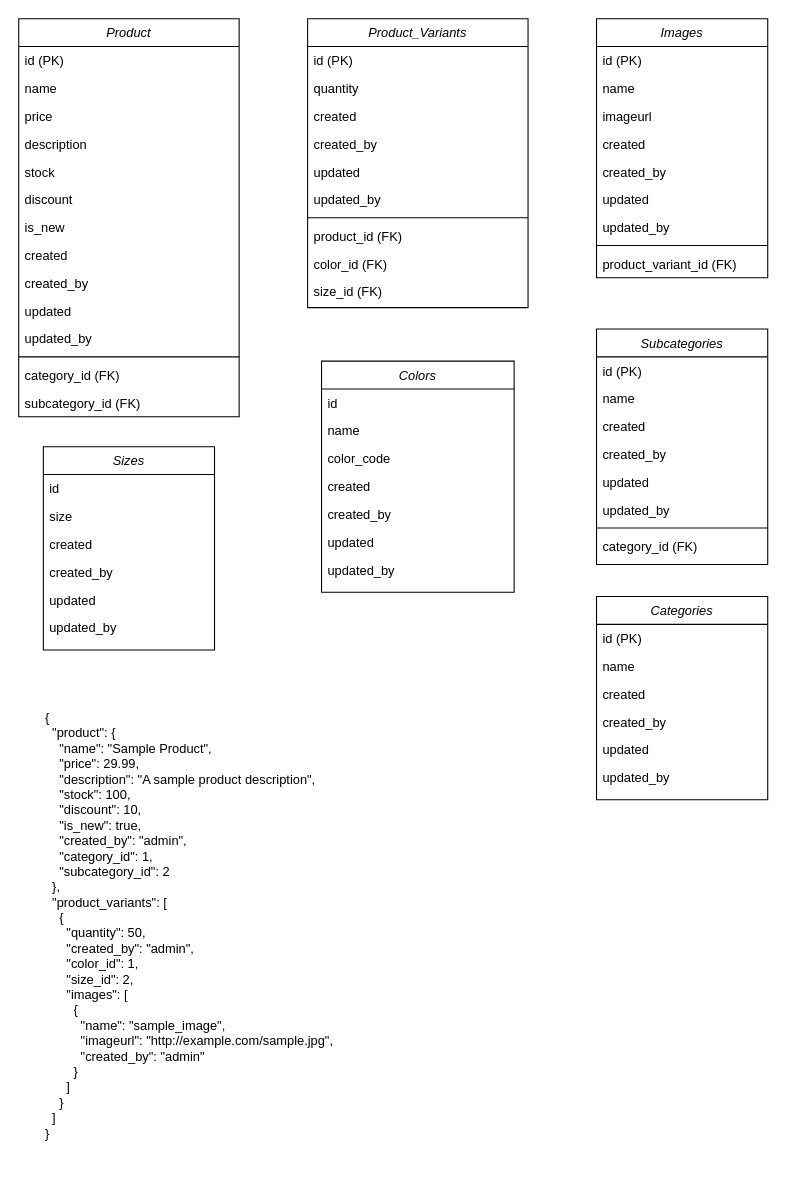
The draw.io diagram page "Product Entity Diagram" (1 of 3) of winniesDB-entitydia.drawio in Aung200/winniesgbF, before the edit. Source tidied: cells renumbered, new cells numbered last; positions are measured from the earlier drawing's top-left corner, leaving out a move shared by most shapes. Both pictures are drawn from the tidied source at 107%, with x=0, y=0 at pixel (18, 18).
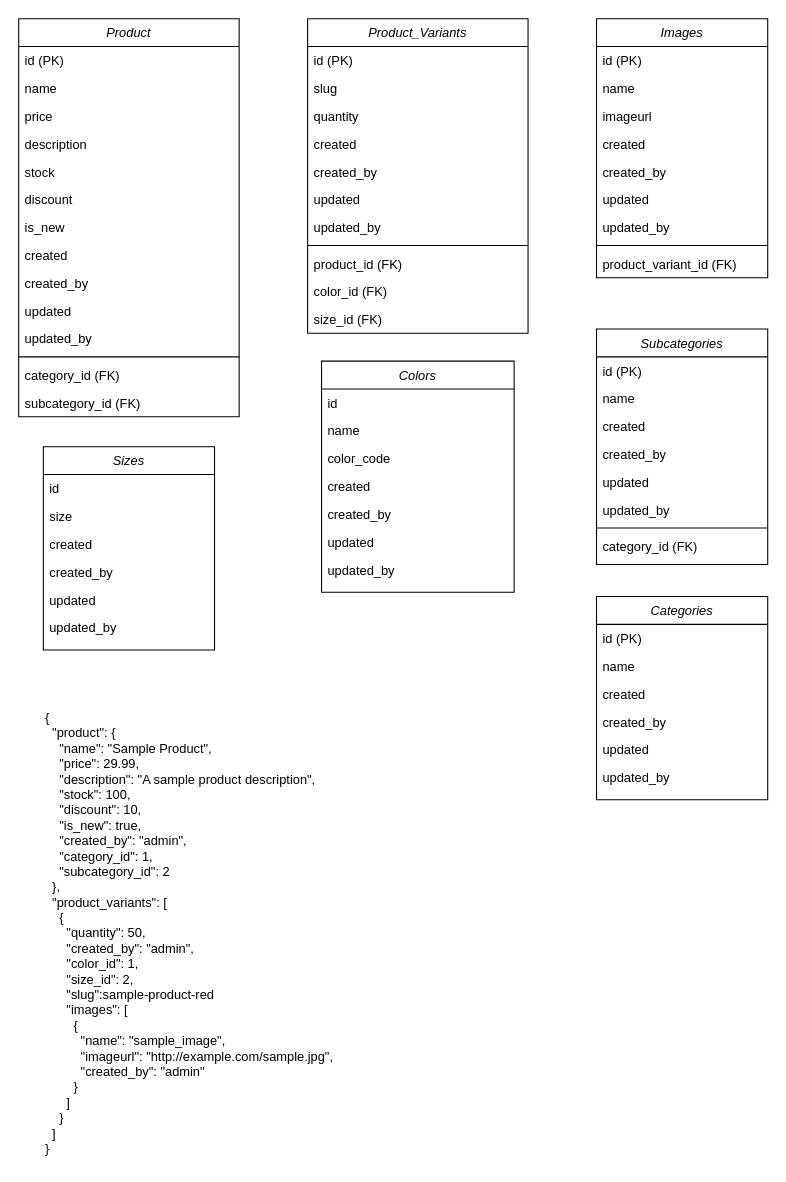
Above is the later version.

The edit, as a diff of the source:
```diff
@@
     <mxCell id="58" value="Product_Variants" style="swimlane;fontStyle=2;align=center;verticalAlign=top;horizontal=1;startSize=26;rounded=0;shadow=0;strokeWidth=1;" parent="1" vertex="1">
-      <mxGeometry x="270" width="206" height="270" as="geometry" />
+      <mxGeometry x="270" width="206" height="294" as="geometry" />
     </mxCell>
@@
+    <mxCell id="70" value="slug &#10;&#10;" style="text;align=left;verticalAlign=top;spacingLeft=4;spacingRight=4;overflow=hidden;rounded=0;shadow=0;html=0;" parent="58" vertex="1">
+      <mxGeometry y="52" width="206" height="26" as="geometry" />
+    </mxCell>
     <mxCell id="60" value="quantity" style="text;align=left;verticalAlign=top;spacingLeft=4;spacingRight=4;overflow=hidden;" parent="58" vertex="1">
-      <mxGeometry y="52" width="206" height="26" as="geometry" />
+      <mxGeometry y="78" width="206" height="26" as="geometry" />
     </mxCell>
     <mxCell id="61" value="created" style="text;align=left;verticalAlign=top;spacingLeft=4;spacingRight=4;overflow=hidden;rounded=0;shadow=0;html=0;" parent="58" vertex="1">
-      <mxGeometry y="78" width="206" height="26" as="geometry" />
+      <mxGeometry y="104" width="206" height="26" as="geometry" />
     </mxCell>
     <mxCell id="62" value="created_by" style="text;align=left;verticalAlign=top;spacingLeft=4;spacingRight=4;overflow=hidden;rounded=0;shadow=0;html=0;" parent="58" vertex="1">
-      <mxGeometry y="104" width="206" height="26" as="geometry" />
+      <mxGeometry y="130" width="206" height="26" as="geometry" />
     </mxCell>
     <mxCell id="63" value="updated" style="text;align=left;verticalAlign=top;spacingLeft=4;spacingRight=4;overflow=hidden;rounded=0;shadow=0;html=0;" parent="58" vertex="1">
-      <mxGeometry y="130" width="206" height="26" as="geometry" />
+      <mxGeometry y="156" width="206" height="26" as="geometry" />
     </mxCell>
     <mxCell id="64" value="updated_by" style="text;align=left;verticalAlign=top;spacingLeft=4;spacingRight=4;overflow=hidden;rounded=0;shadow=0;html=0;" parent="58" vertex="1">
-      <mxGeometry y="156" width="206" height="26" as="geometry" />
+      <mxGeometry y="182" width="206" height="26" as="geometry" />
     </mxCell>
     <mxCell id="65" style="line;html=1;strokeWidth=1;align=left;verticalAlign=middle;spacingTop=-1;spacingLeft=3;spacingRight=3;labelPosition=right;" parent="58" vertex="1">
-      <mxGeometry y="182" width="206" height="8" as="geometry" />
+      <mxGeometry y="208" width="206" height="8" as="geometry" />
     </mxCell>
     <mxCell id="66" value="product_id (FK)" style="text;align=left;verticalAlign=top;spacingLeft=4;spacingRight=4;overflow=hidden;" parent="58" vertex="1">
-      <mxGeometry y="190" width="206" height="26" as="geometry" />
+      <mxGeometry y="216" width="206" height="26" as="geometry" />
     </mxCell>
     <mxCell id="67" value="color_id (FK)" style="text;align=left;verticalAlign=top;spacingLeft=4;spacingRight=4;overflow=hidden;" parent="58" vertex="1">
-      <mxGeometry y="216" width="206" height="26" as="geometry" />
+      <mxGeometry y="242" width="206" height="26" as="geometry" />
     </mxCell>
     <mxCell id="68" value="size_id (FK)" style="text;align=left;verticalAlign=top;spacingLeft=4;spacingRight=4;overflow=hidden;" parent="58" vertex="1">
-      <mxGeometry y="242" width="206" height="26" as="geometry" />
+      <mxGeometry y="268" width="206" height="26" as="geometry" />
     </mxCell>
-    <mxCell id="69" value="&lt;span&gt;&lt;div class=&quot;scriptor-paragraph&quot;&gt;&lt;span&gt;{&lt;/span&gt;&lt;/div&gt;&lt;div class=&quot;scriptor-paragraph&quot;&gt;&lt;span&gt;&amp;nbsp; &lt;/span&gt;&lt;span&gt;&quot;product&quot;&lt;/span&gt;&lt;span&gt;:&lt;/span&gt;&lt;span&gt; &lt;/span&gt;&lt;span&gt;{&lt;/span&gt;&lt;/div&gt;&lt;div class=&quot;scriptor-paragraph&quot;&gt;&lt;span&gt;&amp;nbsp;&amp;nbsp;&amp;nbsp; &lt;/span&gt;&lt;span&gt;&quot;name&quot;&lt;/span&gt;&lt;span&gt;:&lt;/span&gt;&lt;span&gt; &lt;/span&gt;&lt;span&gt;&quot;Sample Product&quot;&lt;/span&gt;&lt;span&gt;,&lt;/span&gt;&lt;/div&gt;&lt;div class=&quot;scriptor-paragraph&quot;&gt;&lt;span&gt;&amp;nbsp;&amp;nbsp;&amp;nbsp; &lt;/span&gt;&lt;span&gt;&quot;price&quot;&lt;/span&gt;&lt;span&gt;:&lt;/span&gt;&lt;span&gt; &lt;/span&gt;&lt;span&gt;29.99&lt;/span&gt;&lt;span&gt;,&lt;/span&gt;&lt;/div&gt;&lt;div class=&quot;scriptor-paragraph&quot;&gt;&lt;span&gt;&amp;nbsp;&amp;nbsp;&amp;nbsp; &lt;/span&gt;&lt;span&gt;&quot;description&quot;&lt;/span&gt;&lt;span&gt;:&lt;/span&gt;&lt;span&gt; &lt;/span&gt;&lt;span&gt;&quot;A sample product description&quot;&lt;/span&gt;&lt;span&gt;,&lt;/span&gt;&lt;/div&gt;&lt;div class=&quot;scriptor-paragraph&quot;&gt;&lt;span&gt;&amp;nbsp;&amp;nbsp;&amp;nbsp; &lt;/span&gt;&lt;span&gt;&quot;stock&quot;&lt;/span&gt;&lt;span&gt;:&lt;/span&gt;&lt;span&gt; &lt;/span&gt;&lt;span&gt;100&lt;/span&gt;&lt;span&gt;,&lt;/span&gt;&lt;/div&gt;&lt;div class=&quot;scriptor-paragraph&quot;&gt;&lt;span&gt;&amp;nbsp;&amp;nbsp;&amp;nbsp; &lt;/span&gt;&lt;span&gt;&quot;discount&quot;&lt;/span&gt;&lt;span&gt;:&lt;/span&gt;&lt;span&gt; &lt;/span&gt;&lt;span&gt;10&lt;/span&gt;&lt;span&gt;,&lt;/span&gt;&lt;/div&gt;&lt;div class=&quot;scriptor-paragraph&quot;&gt;&lt;span&gt;&amp;nbsp;&amp;nbsp;&amp;nbsp; &lt;/span&gt;&lt;span&gt;&quot;is_new&quot;&lt;/span&gt;&lt;span&gt;:&lt;/span&gt;&lt;span&gt; &lt;/span&gt;&lt;span&gt;true&lt;/span&gt;&lt;span&gt;,&lt;/span&gt;&lt;/div&gt;&lt;div class=&quot;scriptor-paragraph&quot;&gt;&lt;span&gt;&amp;nbsp;&amp;nbsp;&amp;nbsp; &lt;/span&gt;&lt;span&gt;&quot;created_by&quot;&lt;/span&gt;&lt;span&gt;:&lt;/span&gt;&lt;span&gt; &lt;/span&gt;&lt;span&gt;&quot;admin&quot;&lt;/span&gt;&lt;span&gt;,&lt;/span&gt;&lt;/div&gt;&lt;div class=&quot;scriptor-paragraph&quot;&gt;&lt;span&gt;&amp;nbsp;&amp;nbsp;&amp;nbsp; &lt;/span&gt;&lt;span&gt;&quot;category_id&quot;&lt;/span&gt;&lt;span&gt;:&lt;/span&gt;&lt;span&gt; &lt;/span&gt;&lt;span&gt;1&lt;/span&gt;&lt;span&gt;,&lt;/span&gt;&lt;/div&gt;&lt;div class=&quot;scriptor-paragraph&quot;&gt;&lt;span&gt;&amp;nbsp;&amp;nbsp;&amp;nbsp; &lt;/span&gt;&lt;span&gt;&quot;subcategory_id&quot;&lt;/span&gt;&lt;span&gt;:&lt;/span&gt;&lt;span&gt; &lt;/span&gt;&lt;span&gt;2&lt;/span&gt;&lt;/div&gt;&lt;div class=&quot;scriptor-paragraph&quot;&gt;&lt;span&gt;&amp;nbsp; &lt;/span&gt;&lt;span&gt;}&lt;/span&gt;&lt;span&gt;,&lt;/span&gt;&lt;/div&gt;&lt;div class=&quot;scriptor-paragraph&quot;&gt;&lt;span&gt;&amp;nbsp; &lt;/span&gt;&lt;span&gt;&quot;product_variants&quot;&lt;/span&gt;&lt;span&gt;:&lt;/span&gt;&lt;span&gt; &lt;/span&gt;&lt;span&gt;[&lt;/span&gt;&lt;/div&gt;&lt;div class=&quot;scriptor-paragraph&quot;&gt;&lt;span&gt;&amp;nbsp;&amp;nbsp;&amp;nbsp; &lt;/span&gt;&lt;span&gt;{&lt;/span&gt;&lt;/div&gt;&lt;div class=&quot;scriptor-paragraph&quot;&gt;&lt;span&gt;&amp;nbsp;&amp;nbsp;&amp;nbsp;&amp;nbsp;&amp;nbsp; &lt;/span&gt;&lt;span&gt;&quot;quantity&quot;&lt;/span&gt;&lt;span&gt;:&lt;/span&gt;&lt;span&gt; &lt;/span&gt;&lt;span&gt;50&lt;/span&gt;&lt;span&gt;,&lt;/span&gt;&lt;/div&gt;&lt;div class=&quot;scriptor-paragraph&quot;&gt;&lt;span&gt;&amp;nbsp;&amp;nbsp;&amp;nbsp;&amp;nbsp;&amp;nbsp; &lt;/span&gt;&lt;span&gt;&quot;created_by&quot;&lt;/span&gt;&lt;span&gt;:&lt;/span&gt;&lt;span&gt; &lt;/span&gt;&lt;span&gt;&quot;admin&quot;&lt;/span&gt;&lt;span&gt;,&lt;/span&gt;&lt;/div&gt;&lt;div class=&quot;scriptor-paragraph&quot;&gt;&lt;span&gt;&amp;nbsp;&amp;nbsp;&amp;nbsp;&amp;nbsp;&amp;nbsp; &lt;/span&gt;&lt;span&gt;&quot;color_id&quot;&lt;/span&gt;&lt;span&gt;:&lt;/span&gt;&lt;span&gt; &lt;/span&gt;&lt;span&gt;1&lt;/span&gt;&lt;span&gt;,&lt;/span&gt;&lt;/div&gt;&lt;div class=&quot;scriptor-paragraph&quot;&gt;&lt;span&gt;&amp;nbsp;&amp;nbsp;&amp;nbsp;&amp;nbsp;&amp;nbsp; &lt;/span&gt;&lt;span&gt;&quot;size_id&quot;&lt;/span&gt;&lt;span&gt;:&lt;/span&gt;&lt;span&gt; &lt;/span&gt;&lt;span&gt;2&lt;/span&gt;&lt;span&gt;,&lt;/span&gt;&lt;/div&gt;&lt;div class=&quot;scriptor-paragraph&quot;&gt;&lt;span&gt;&amp;nbsp;&amp;nbsp;&amp;nbsp;&amp;nbsp;&amp;nbsp; &lt;/span&gt;&lt;span&gt;&quot;images&quot;&lt;/span&gt;&lt;span&gt;:&lt;/span&gt;&lt;span&gt; &lt;/span&gt;&lt;span&gt;[&lt;/span&gt;&lt;/div&gt;&lt;div class=&quot;scriptor-paragraph&quot;&gt;&lt;span&gt;&amp;nbsp;&amp;nbsp;&amp;nbsp;&amp;nbsp;&amp;nbsp;&amp;nbsp;&amp;nbsp; &lt;/span&gt;&lt;span&gt;{&lt;/span&gt;&lt;/div&gt;&lt;div class=&quot;scriptor-paragraph&quot;&gt;&lt;span&gt;&amp;nbsp;&amp;nbsp;&amp;nbsp;&amp;nbsp;&amp;nbsp;&amp;nbsp;&amp;nbsp;&amp;nbsp;&amp;nbsp; &lt;/span&gt;&lt;span&gt;&quot;name&quot;&lt;/span&gt;&lt;span&gt;:&lt;/span&gt;&lt;span&gt; &lt;/span&gt;&lt;span&gt;&quot;sample_image&quot;&lt;/span&gt;&lt;span&gt;,&lt;/span&gt;&lt;/div&gt;&lt;div class=&quot;scriptor-paragraph&quot;&gt;&lt;span&gt;&amp;nbsp;&amp;nbsp;&amp;nbsp;&amp;nbsp;&amp;nbsp;&amp;nbsp;&amp;nbsp;&amp;nbsp;&amp;nbsp; &lt;/span&gt;&lt;span&gt;&quot;imageurl&quot;&lt;/span&gt;&lt;span&gt;:&lt;/span&gt;&lt;span&gt; &lt;/span&gt;&lt;span&gt;&quot;http://example.com/sample.jpg&quot;&lt;/span&gt;&lt;span&gt;,&lt;/span&gt;&lt;/div&gt;&lt;div class=&quot;scriptor-paragraph&quot;&gt;&lt;span&gt;&amp;nbsp;&amp;nbsp;&amp;nbsp;&amp;nbsp;&amp;nbsp;&amp;nbsp;&amp;nbsp;&amp;nbsp;&amp;nbsp; &lt;/span&gt;&lt;span&gt;&quot;created_by&quot;&lt;/span&gt;&lt;span&gt;:&lt;/span&gt;&lt;span&gt; &lt;/span&gt;&lt;span&gt;&quot;admin&quot;&lt;/span&gt;&lt;/div&gt;&lt;div class=&quot;scriptor-paragraph&quot;&gt;&lt;span&gt;&amp;nbsp;&amp;nbsp;&amp;nbsp;&amp;nbsp;&amp;nbsp;&amp;nbsp;&amp;nbsp; &lt;/span&gt;&lt;span&gt;}&lt;/span&gt;&lt;/div&gt;&lt;div class=&quot;scriptor-paragraph&quot;&gt;&lt;span&gt;&amp;nbsp;&amp;nbsp;&amp;nbsp;&amp;nbsp;&amp;nbsp; &lt;/span&gt;&lt;span&gt;]&lt;/span&gt;&lt;/div&gt;&lt;div class=&quot;scriptor-paragraph&quot;&gt;&lt;span&gt;&amp;nbsp;&amp;nbsp;&amp;nbsp; &lt;/span&gt;&lt;span&gt;}&lt;/span&gt;&lt;/div&gt;&lt;div class=&quot;scriptor-paragraph&quot;&gt;&lt;span&gt;&amp;nbsp; &lt;/span&gt;&lt;span&gt;]&lt;/span&gt;&lt;/div&gt;&lt;div class=&quot;scriptor-paragraph&quot;&gt;&lt;span&gt;}&lt;/span&gt;&lt;/div&gt;&lt;/span&gt;" style="text;whiteSpace=wrap;html=1;" parent="1" vertex="1">
+    <mxCell id="69" value="&lt;span&gt;&lt;div class=&quot;scriptor-paragraph&quot;&gt;&lt;span&gt;{&lt;/span&gt;&lt;/div&gt;&lt;div class=&quot;scriptor-paragraph&quot;&gt;&lt;span&gt;&amp;nbsp; &lt;/span&gt;&lt;span&gt;&quot;product&quot;&lt;/span&gt;&lt;span&gt;:&lt;/span&gt;&lt;span&gt; &lt;/span&gt;&lt;span&gt;{&lt;/span&gt;&lt;/div&gt;&lt;div class=&quot;scriptor-paragraph&quot;&gt;&lt;span&gt;&amp;nbsp;&amp;nbsp;&amp;nbsp; &lt;/span&gt;&lt;span&gt;&quot;name&quot;&lt;/span&gt;&lt;span&gt;:&lt;/span&gt;&lt;span&gt; &lt;/span&gt;&lt;span&gt;&quot;Sample Product&quot;&lt;/span&gt;&lt;span&gt;,&lt;/span&gt;&lt;/div&gt;&lt;div class=&quot;scriptor-paragraph&quot;&gt;&lt;span&gt;&amp;nbsp;&amp;nbsp;&amp;nbsp; &lt;/span&gt;&lt;span&gt;&quot;price&quot;&lt;/span&gt;&lt;span&gt;:&lt;/span&gt;&lt;span&gt; &lt;/span&gt;&lt;span&gt;29.99&lt;/span&gt;&lt;span&gt;,&lt;/span&gt;&lt;/div&gt;&lt;div class=&quot;scriptor-paragraph&quot;&gt;&lt;span&gt;&amp;nbsp;&amp;nbsp;&amp;nbsp; &lt;/span&gt;&lt;span&gt;&quot;description&quot;&lt;/span&gt;&lt;span&gt;:&lt;/span&gt;&lt;span&gt; &lt;/span&gt;&lt;span&gt;&quot;A sample product description&quot;&lt;/span&gt;&lt;span&gt;,&lt;/span&gt;&lt;/div&gt;&lt;div class=&quot;scriptor-paragraph&quot;&gt;&lt;span&gt;&amp;nbsp;&amp;nbsp;&amp;nbsp; &lt;/span&gt;&lt;span&gt;&quot;stock&quot;&lt;/span&gt;&lt;span&gt;:&lt;/span&gt;&lt;span&gt; &lt;/span&gt;&lt;span&gt;100&lt;/span&gt;&lt;span&gt;,&lt;/span&gt;&lt;/div&gt;&lt;div class=&quot;scriptor-paragraph&quot;&gt;&lt;span&gt;&amp;nbsp;&amp;nbsp;&amp;nbsp; &lt;/span&gt;&lt;span&gt;&quot;discount&quot;&lt;/span&gt;&lt;span&gt;:&lt;/span&gt;&lt;span&gt; &lt;/span&gt;&lt;span&gt;10&lt;/span&gt;&lt;span&gt;,&lt;/span&gt;&lt;/div&gt;&lt;div class=&quot;scriptor-paragraph&quot;&gt;&lt;span&gt;&amp;nbsp;&amp;nbsp;&amp;nbsp; &lt;/span&gt;&lt;span&gt;&quot;is_new&quot;&lt;/span&gt;&lt;span&gt;:&lt;/span&gt;&lt;span&gt; &lt;/span&gt;&lt;span&gt;true&lt;/span&gt;&lt;span&gt;,&lt;/span&gt;&lt;/div&gt;&lt;div class=&quot;scriptor-paragraph&quot;&gt;&lt;span&gt;&amp;nbsp;&amp;nbsp;&amp;nbsp; &lt;/span&gt;&lt;span&gt;&quot;created_by&quot;&lt;/span&gt;&lt;span&gt;:&lt;/span&gt;&lt;span&gt; &lt;/span&gt;&lt;span&gt;&quot;admin&quot;&lt;/span&gt;&lt;span&gt;,&lt;/span&gt;&lt;/div&gt;&lt;div class=&quot;scriptor-paragraph&quot;&gt;&lt;span&gt;&amp;nbsp;&amp;nbsp;&amp;nbsp; &lt;/span&gt;&lt;span&gt;&quot;category_id&quot;&lt;/span&gt;&lt;span&gt;:&lt;/span&gt;&lt;span&gt; &lt;/span&gt;&lt;span&gt;1&lt;/span&gt;&lt;span&gt;,&lt;/span&gt;&lt;/div&gt;&lt;div class=&quot;scriptor-paragraph&quot;&gt;&lt;span&gt;&amp;nbsp;&amp;nbsp;&amp;nbsp; &lt;/span&gt;&lt;span&gt;&quot;subcategory_id&quot;&lt;/span&gt;&lt;span&gt;:&lt;/span&gt;&lt;span&gt; &lt;/span&gt;&lt;span&gt;2&lt;/span&gt;&lt;/div&gt;&lt;div class=&quot;scriptor-paragraph&quot;&gt;&lt;span&gt;&amp;nbsp; &lt;/span&gt;&lt;span&gt;}&lt;/span&gt;&lt;span&gt;,&lt;/span&gt;&lt;/div&gt;&lt;div class=&quot;scriptor-paragraph&quot;&gt;&lt;span&gt;&amp;nbsp; &lt;/span&gt;&lt;span&gt;&quot;product_variants&quot;&lt;/span&gt;&lt;span&gt;:&lt;/span&gt;&lt;span&gt; &lt;/span&gt;&lt;span&gt;[&lt;/span&gt;&lt;/div&gt;&lt;div class=&quot;scriptor-paragraph&quot;&gt;&lt;span&gt;&amp;nbsp;&amp;nbsp;&amp;nbsp; &lt;/span&gt;&lt;span&gt;{&lt;/span&gt;&lt;/div&gt;&lt;div class=&quot;scriptor-paragraph&quot;&gt;&lt;span&gt;&amp;nbsp;&amp;nbsp;&amp;nbsp;&amp;nbsp;&amp;nbsp; &lt;/span&gt;&lt;span&gt;&quot;quantity&quot;&lt;/span&gt;&lt;span&gt;:&lt;/span&gt;&lt;span&gt; &lt;/span&gt;&lt;span&gt;50&lt;/span&gt;&lt;span&gt;,&lt;/span&gt;&lt;/div&gt;&lt;div class=&quot;scriptor-paragraph&quot;&gt;&lt;span&gt;&amp;nbsp;&amp;nbsp;&amp;nbsp;&amp;nbsp;&amp;nbsp; &lt;/span&gt;&lt;span&gt;&quot;created_by&quot;&lt;/span&gt;&lt;span&gt;:&lt;/span&gt;&lt;span&gt; &lt;/span&gt;&lt;span&gt;&quot;admin&quot;,&lt;/span&gt;&lt;/div&gt;&lt;div class=&quot;scriptor-paragraph&quot;&gt;&lt;span&gt;&amp;nbsp;&amp;nbsp;&amp;nbsp;&amp;nbsp;&amp;nbsp; &lt;/span&gt;&lt;span&gt;&quot;color_id&quot;&lt;/span&gt;&lt;span&gt;:&lt;/span&gt;&lt;span&gt; &lt;/span&gt;&lt;span&gt;1&lt;/span&gt;&lt;span&gt;,&lt;/span&gt;&lt;/div&gt;&lt;div class=&quot;scriptor-paragraph&quot;&gt;&lt;span&gt;&amp;nbsp;&amp;nbsp;&amp;nbsp;&amp;nbsp;&amp;nbsp; &lt;/span&gt;&lt;span&gt;&quot;size_id&quot;&lt;/span&gt;&lt;span&gt;:&lt;/span&gt;&lt;span&gt; &lt;/span&gt;&lt;span&gt;2&lt;/span&gt;&lt;span&gt;,&lt;/span&gt;&lt;/div&gt;&lt;div class=&quot;scriptor-paragraph&quot;&gt;&lt;span&gt;&amp;nbsp; &amp;nbsp; &amp;nbsp; &quot;slug&quot;:sample-product-red&lt;/span&gt;&lt;/div&gt;&lt;div class=&quot;scriptor-paragraph&quot;&gt;&lt;span&gt;&amp;nbsp;&amp;nbsp;&amp;nbsp;&amp;nbsp;&amp;nbsp; &lt;/span&gt;&lt;span&gt;&quot;images&quot;&lt;/span&gt;&lt;span&gt;:&lt;/span&gt;&lt;span&gt; &lt;/span&gt;&lt;span&gt;[&lt;/span&gt;&lt;/div&gt;&lt;div class=&quot;scriptor-paragraph&quot;&gt;&lt;span&gt;&amp;nbsp;&amp;nbsp;&amp;nbsp;&amp;nbsp;&amp;nbsp;&amp;nbsp;&amp;nbsp; &lt;/span&gt;&lt;span&gt;{&lt;/span&gt;&lt;/div&gt;&lt;div class=&quot;scriptor-paragraph&quot;&gt;&lt;span&gt;&amp;nbsp;&amp;nbsp;&amp;nbsp;&amp;nbsp;&amp;nbsp;&amp;nbsp;&amp;nbsp;&amp;nbsp;&amp;nbsp; &lt;/span&gt;&lt;span&gt;&quot;name&quot;&lt;/span&gt;&lt;span&gt;:&lt;/span&gt;&lt;span&gt; &lt;/span&gt;&lt;span&gt;&quot;sample_image&quot;&lt;/span&gt;&lt;span&gt;,&lt;/span&gt;&lt;/div&gt;&lt;div class=&quot;scriptor-paragraph&quot;&gt;&lt;span&gt;&amp;nbsp;&amp;nbsp;&amp;nbsp;&amp;nbsp;&amp;nbsp;&amp;nbsp;&amp;nbsp;&amp;nbsp;&amp;nbsp; &lt;/span&gt;&lt;span&gt;&quot;imageurl&quot;&lt;/span&gt;&lt;span&gt;:&lt;/span&gt;&lt;span&gt; &lt;/span&gt;&lt;span&gt;&quot;http://example.com/sample.jpg&quot;&lt;/span&gt;&lt;span&gt;,&lt;/span&gt;&lt;/div&gt;&lt;div class=&quot;scriptor-paragraph&quot;&gt;&lt;span&gt;&amp;nbsp;&amp;nbsp;&amp;nbsp;&amp;nbsp;&amp;nbsp;&amp;nbsp;&amp;nbsp;&amp;nbsp;&amp;nbsp; &lt;/span&gt;&lt;span&gt;&quot;created_by&quot;&lt;/span&gt;&lt;span&gt;:&lt;/span&gt;&lt;span&gt; &lt;/span&gt;&lt;span&gt;&quot;admin&quot;&lt;/span&gt;&lt;/div&gt;&lt;div class=&quot;scriptor-paragraph&quot;&gt;&lt;span&gt;&amp;nbsp;&amp;nbsp;&amp;nbsp;&amp;nbsp;&amp;nbsp;&amp;nbsp;&amp;nbsp; &lt;/span&gt;&lt;span&gt;}&lt;/span&gt;&lt;/div&gt;&lt;div class=&quot;scriptor-paragraph&quot;&gt;&lt;span&gt;&amp;nbsp;&amp;nbsp;&amp;nbsp;&amp;nbsp;&amp;nbsp; &lt;/span&gt;&lt;span&gt;]&lt;/span&gt;&lt;/div&gt;&lt;div class=&quot;scriptor-paragraph&quot;&gt;&lt;span&gt;&amp;nbsp;&amp;nbsp;&amp;nbsp; &lt;/span&gt;&lt;span&gt;}&lt;/span&gt;&lt;/div&gt;&lt;div class=&quot;scriptor-paragraph&quot;&gt;&lt;span&gt;&amp;nbsp; &lt;/span&gt;&lt;span&gt;]&lt;/span&gt;&lt;/div&gt;&lt;div class=&quot;scriptor-paragraph&quot;&gt;&lt;span&gt;}&lt;/span&gt;&lt;/div&gt;&lt;/span&gt;" style="text;whiteSpace=wrap;html=1;" parent="1" vertex="1">
       <mxGeometry x="23" y="640" width="300" height="430" as="geometry" />
     </mxCell>
```
